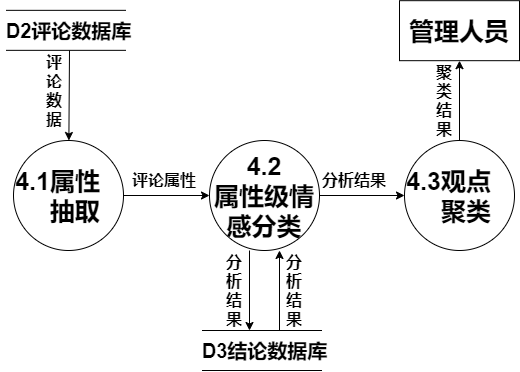
This is img/情感分析细化数据流图.png from HJHGJGHHG/Sentiment-Analysis-System, a draw.io export, as it was before one commit. Source tidied: cells renumbered, new cells last; positions are measured from the earlier drawing's top-left corner, leaving out a move shared by most shapes. Its diagram source:
```xml
<mxGraphModel>
  <root>
    <mxCell id="0" />
    <mxCell id="1" parent="0" />
    <mxCell id="2" style="endArrow=none;html=1;" parent="1" edge="1">
      <mxGeometry relative="1" as="geometry">
        <mxPoint x="4.5" y="9.8" as="sourcePoint" />
        <mxPoint x="124.5" y="9.8" as="targetPoint" />
      </mxGeometry>
    </mxCell>
    <mxCell id="3" style="endArrow=none;html=1;" parent="1" edge="1">
      <mxGeometry relative="1" as="geometry">
        <mxPoint x="4.5" y="49.8" as="sourcePoint" />
        <mxPoint x="124.5" y="49.8" as="targetPoint" />
      </mxGeometry>
    </mxCell>
    <mxCell id="4" value="&lt;font size=&quot;1&quot;&gt;&lt;b style=&quot;font-size: 20px&quot;&gt;D2评论数据库&lt;/b&gt;&lt;/font&gt;" style="text;html=1;strokeColor=none;fillColor=none;align=center;verticalAlign=middle;whiteSpace=wrap;rounded=0;" parent="1" vertex="1">
      <mxGeometry x="-0.5" y="20.2" width="135" height="20" as="geometry" />
    </mxCell>
    <mxCell id="5" value="&lt;span style=&quot;font-size: 25px&quot;&gt;&lt;b&gt;4.1属性&amp;nbsp; &amp;nbsp; &amp;nbsp; 抽取&lt;br&gt;&lt;/b&gt;&lt;/span&gt;" style="ellipse;whiteSpace=wrap;html=1;" parent="1" vertex="1">
      <mxGeometry x="12" y="140" width="110" height="110" as="geometry" />
    </mxCell>
    <mxCell id="6" value="&lt;span style=&quot;font-size: 25px&quot;&gt;&lt;b&gt;4.2&lt;br&gt;属性级情感分类&lt;br&gt;&lt;/b&gt;&lt;/span&gt;" style="ellipse;whiteSpace=wrap;html=1;" parent="1" vertex="1">
      <mxGeometry x="208" y="140" width="110" height="110" as="geometry" />
    </mxCell>
    <mxCell id="7" value="&lt;font style=&quot;font-size: 25px&quot;&gt;&lt;b&gt;管理人员&lt;/b&gt;&lt;/font&gt;" style="rounded=0;whiteSpace=wrap;html=1;" parent="1" vertex="1">
      <mxGeometry x="398" y="0.2" width="120" height="60" as="geometry" />
    </mxCell>
    <mxCell id="8" style="endArrow=none;html=1;" parent="1" edge="1">
      <mxGeometry relative="1" as="geometry">
        <mxPoint x="200.5" y="330" as="sourcePoint" />
        <mxPoint x="320.5" y="330" as="targetPoint" />
      </mxGeometry>
    </mxCell>
    <mxCell id="9" style="endArrow=none;html=1;" parent="1" edge="1">
      <mxGeometry relative="1" as="geometry">
        <mxPoint x="200.5" y="370" as="sourcePoint" />
        <mxPoint x="320.5" y="370" as="targetPoint" />
      </mxGeometry>
    </mxCell>
    <mxCell id="10" value="&lt;font size=&quot;1&quot;&gt;&lt;b style=&quot;font-size: 20px&quot;&gt;D3结论数据库&lt;/b&gt;&lt;/font&gt;" style="text;html=1;strokeColor=none;fillColor=none;align=center;verticalAlign=middle;whiteSpace=wrap;rounded=0;" parent="1" vertex="1">
      <mxGeometry x="195.5" y="340.3" width="135" height="20" as="geometry" />
    </mxCell>
    <mxCell id="11" style="endArrow=classic;html=1;" parent="1" edge="1" target="5">
      <mxGeometry relative="1" as="geometry">
        <mxPoint x="68" y="50" as="sourcePoint" />
      </mxGeometry>
    </mxCell>
    <mxCell id="12" value="&lt;span style=&quot;font-size: 16px&quot;&gt;&lt;b&gt;评论数据&lt;/b&gt;&lt;/span&gt;" style="text;html=1;strokeColor=none;fillColor=none;align=center;verticalAlign=middle;whiteSpace=wrap;rounded=0;rotation=0;" parent="1" vertex="1">
      <mxGeometry x="48" y="80" width="10" height="20" as="geometry" />
    </mxCell>
    <mxCell id="13" style="endArrow=classic;html=1;" parent="1" edge="1" source="5" target="6">
      <mxGeometry relative="1" as="geometry" />
    </mxCell>
    <mxCell id="14" value="&lt;span style=&quot;font-size: 16px&quot;&gt;&lt;b&gt;评论属性&lt;/b&gt;&lt;/span&gt;" style="text;html=1;strokeColor=none;fillColor=none;align=center;verticalAlign=middle;whiteSpace=wrap;rounded=0;rotation=0;" parent="1" vertex="1">
      <mxGeometry x="108" y="170" width="110" height="20" as="geometry" />
    </mxCell>
    <mxCell id="15" value="&lt;span style=&quot;font-size: 25px&quot;&gt;&lt;b&gt;4.3观点&amp;nbsp; &amp;nbsp; &amp;nbsp; 聚类&lt;br&gt;&lt;/b&gt;&lt;/span&gt;" style="ellipse;whiteSpace=wrap;html=1;" parent="1" vertex="1">
      <mxGeometry x="403" y="140" width="110" height="110" as="geometry" />
    </mxCell>
    <mxCell id="16" style="endArrow=classic;html=1;" parent="1" edge="1" source="15" target="7">
      <mxGeometry relative="1" as="geometry" />
    </mxCell>
    <mxCell id="17" style="endArrow=classic;html=1;" parent="1" edge="1">
      <mxGeometry relative="1" as="geometry">
        <mxPoint x="248" y="250" as="sourcePoint" />
        <mxPoint x="248" y="330" as="targetPoint" />
      </mxGeometry>
    </mxCell>
    <mxCell id="18" style="endArrow=classic;html=1;" parent="1" edge="1">
      <mxGeometry relative="1" as="geometry">
        <mxPoint x="278" y="330" as="sourcePoint" />
        <mxPoint x="278" y="250" as="targetPoint" />
      </mxGeometry>
    </mxCell>
    <mxCell id="19" value="&lt;span style=&quot;font-size: 16px&quot;&gt;&lt;b&gt;分析结果&lt;/b&gt;&lt;/span&gt;" style="text;html=1;strokeColor=none;fillColor=none;align=center;verticalAlign=middle;whiteSpace=wrap;rounded=0;rotation=0;" parent="1" vertex="1">
      <mxGeometry x="228" y="280" width="10" height="20" as="geometry" />
    </mxCell>
    <mxCell id="20" value="&lt;span style=&quot;font-size: 16px&quot;&gt;&lt;b&gt;分析结果&lt;/b&gt;&lt;/span&gt;" style="text;html=1;strokeColor=none;fillColor=none;align=center;verticalAlign=middle;whiteSpace=wrap;rounded=0;rotation=0;" parent="1" vertex="1">
      <mxGeometry x="288" y="280" width="10" height="20" as="geometry" />
    </mxCell>
    <mxCell id="21" style="endArrow=classic;html=1;" parent="1" edge="1" source="6" target="15">
      <mxGeometry relative="1" as="geometry" />
    </mxCell>
    <mxCell id="22" value="&lt;span style=&quot;font-size: 16px&quot;&gt;&lt;b&gt;分析结果&lt;/b&gt;&lt;/span&gt;" style="text;html=1;strokeColor=none;fillColor=none;align=center;verticalAlign=middle;whiteSpace=wrap;rounded=0;rotation=0;" parent="1" vertex="1">
      <mxGeometry x="298" y="170" width="110" height="20" as="geometry" />
    </mxCell>
    <mxCell id="23" value="&lt;span style=&quot;font-size: 16px&quot;&gt;&lt;b&gt;聚类结果&lt;/b&gt;&lt;/span&gt;" style="text;html=1;strokeColor=none;fillColor=none;align=center;verticalAlign=middle;whiteSpace=wrap;rounded=0;rotation=0;" parent="1" vertex="1">
      <mxGeometry x="438" y="90" width="10" height="20" as="geometry" />
    </mxCell>
  </root>
</mxGraphModel>
```
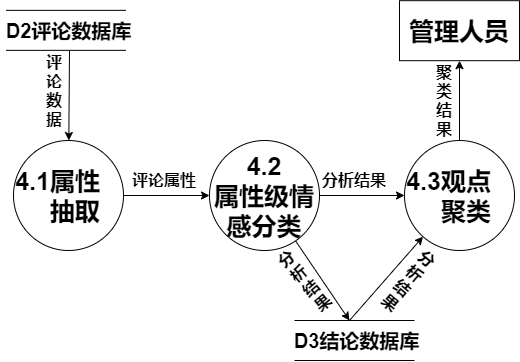
The same diagram one commit later.

The edit, as a diff of the source:
```diff
@@ -28,18 +28,18 @@
     </mxCell>
     <mxCell id="8" style="endArrow=none;html=1;" parent="1" edge="1">
       <mxGeometry relative="1" as="geometry">
-        <mxPoint x="200.5" y="330" as="sourcePoint" />
-        <mxPoint x="320.5" y="330" as="targetPoint" />
+        <mxPoint x="293" y="320" as="sourcePoint" />
+        <mxPoint x="413" y="320" as="targetPoint" />
       </mxGeometry>
     </mxCell>
     <mxCell id="9" style="endArrow=none;html=1;" parent="1" edge="1">
       <mxGeometry relative="1" as="geometry">
-        <mxPoint x="200.5" y="370" as="sourcePoint" />
-        <mxPoint x="320.5" y="370" as="targetPoint" />
+        <mxPoint x="293" y="360" as="sourcePoint" />
+        <mxPoint x="413" y="360" as="targetPoint" />
       </mxGeometry>
     </mxCell>
     <mxCell id="10" value="&lt;font size=&quot;1&quot;&gt;&lt;b style=&quot;font-size: 20px&quot;&gt;D3结论数据库&lt;/b&gt;&lt;/font&gt;" style="text;html=1;strokeColor=none;fillColor=none;align=center;verticalAlign=middle;whiteSpace=wrap;rounded=0;" parent="1" vertex="1">
-      <mxGeometry x="195.5" y="340.3" width="135" height="20" as="geometry" />
+      <mxGeometry x="288" y="330.3" width="135" height="20" as="geometry" />
     </mxCell>
     <mxCell id="11" style="endArrow=classic;html=1;" parent="1" edge="1" target="5">
       <mxGeometry relative="1" as="geometry">
@@ -61,23 +61,21 @@
     <mxCell id="16" style="endArrow=classic;html=1;" parent="1" edge="1" source="15" target="7">
       <mxGeometry relative="1" as="geometry" />
     </mxCell>
-    <mxCell id="17" style="endArrow=classic;html=1;" parent="1" edge="1">
+    <mxCell id="17" style="endArrow=classic;html=1;" parent="1" edge="1" source="6">
       <mxGeometry relative="1" as="geometry">
-        <mxPoint x="248" y="250" as="sourcePoint" />
-        <mxPoint x="248" y="330" as="targetPoint" />
+        <mxPoint x="348" y="320" as="targetPoint" />
       </mxGeometry>
     </mxCell>
-    <mxCell id="18" style="endArrow=classic;html=1;" parent="1" edge="1">
+    <mxCell id="18" style="endArrow=classic;html=1;" parent="1" edge="1" target="15">
       <mxGeometry relative="1" as="geometry">
-        <mxPoint x="278" y="330" as="sourcePoint" />
-        <mxPoint x="278" y="250" as="targetPoint" />
+        <mxPoint x="348" y="320" as="sourcePoint" />
       </mxGeometry>
     </mxCell>
-    <mxCell id="19" value="&lt;span style=&quot;font-size: 16px&quot;&gt;&lt;b&gt;分析结果&lt;/b&gt;&lt;/span&gt;" style="text;html=1;strokeColor=none;fillColor=none;align=center;verticalAlign=middle;whiteSpace=wrap;rounded=0;rotation=0;" parent="1" vertex="1">
-      <mxGeometry x="228" y="280" width="10" height="20" as="geometry" />
+    <mxCell id="19" value="&lt;span style=&quot;font-size: 16px&quot;&gt;&lt;b&gt;分析结果&lt;/b&gt;&lt;/span&gt;" style="text;html=1;strokeColor=none;fillColor=none;align=center;verticalAlign=middle;whiteSpace=wrap;rounded=0;rotation=-40;" parent="1" vertex="1">
+      <mxGeometry x="298" y="270" width="10" height="20" as="geometry" />
     </mxCell>
-    <mxCell id="20" value="&lt;span style=&quot;font-size: 16px&quot;&gt;&lt;b&gt;分析结果&lt;/b&gt;&lt;/span&gt;" style="text;html=1;strokeColor=none;fillColor=none;align=center;verticalAlign=middle;whiteSpace=wrap;rounded=0;rotation=0;" parent="1" vertex="1">
-      <mxGeometry x="288" y="280" width="10" height="20" as="geometry" />
+    <mxCell id="20" value="&lt;span style=&quot;font-size: 16px&quot;&gt;&lt;b&gt;分析结果&lt;/b&gt;&lt;/span&gt;" style="text;html=1;strokeColor=none;fillColor=none;align=center;verticalAlign=middle;whiteSpace=wrap;rounded=0;rotation=40;" parent="1" vertex="1">
+      <mxGeometry x="403" y="270" width="10" height="20" as="geometry" />
     </mxCell>
     <mxCell id="21" style="endArrow=classic;html=1;" parent="1" edge="1" source="6" target="15">
       <mxGeometry relative="1" as="geometry" />
```
